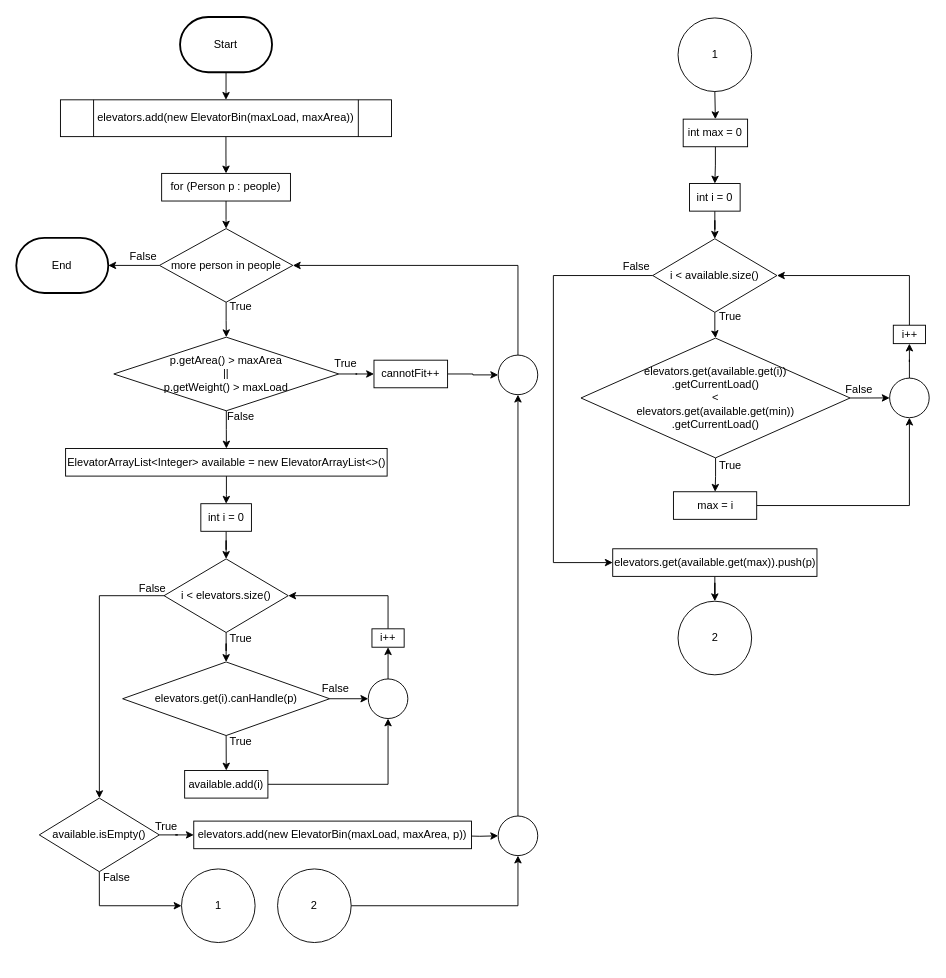
This is page "worstFit()" (4 of 5) of flowcharts/flowcharts.drawio from Violetlily6060/Algorithm, a draw.io file, before an edit. Source tidied: cells renumbered, new cells numbered last; positions are measured from the earlier drawing's top-left corner, leaving out a move shared by most shapes. Both pictures are drawn from the tidied source at 92%, with x=0, y=0 at pixel (16, 17).
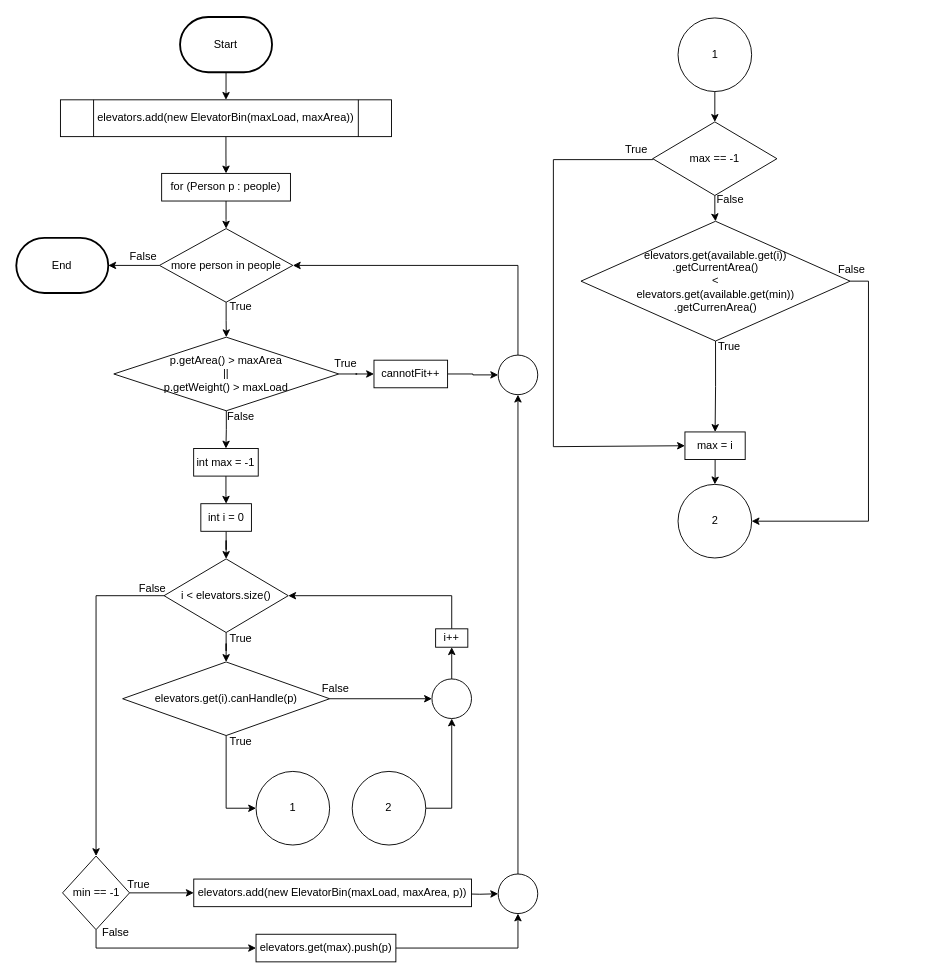
The same diagram, later.

The change refers to these unchanged cells:
```xml
<mxCell id="10" value="more person in people" style="rhombus;whiteSpace=wrap;html=1;" parent="1" vertex="1">
  <mxGeometry x="155.8" y="230" width="145" height="80" as="geometry" />
</mxCell>
<mxCell id="12" value="int i = 0" style="rounded=0;whiteSpace=wrap;html=1;" parent="1" vertex="1">
  <mxGeometry x="200.8" y="529" width="55" height="30" as="geometry" />
</mxCell>
<mxCell id="15" value="i &amp;lt; elevators.size()" style="rhombus;whiteSpace=wrap;html=1;" parent="1" vertex="1">
  <mxGeometry x="160.8" y="589" width="135" height="80" as="geometry" />
</mxCell>
<mxCell id="18" value="elevators.get(i).canHandle(p)" style="rhombus;whiteSpace=wrap;html=1;" parent="1" vertex="1">
  <mxGeometry x="115.8" y="701" width="225" height="80" as="geometry" />
</mxCell>
<mxCell id="74" value="p.getArea() &amp;gt; maxArea&lt;br&gt;||&lt;div&gt;p.getWeight() &amp;gt; maxLoad&lt;/div&gt;" style="rhombus;whiteSpace=wrap;html=1;" parent="1" vertex="1">
  <mxGeometry x="106.2" y="348" width="244.5" height="80" as="geometry" />
</mxCell>
<mxCell id="79" style="ellipse;whiteSpace=wrap;html=1;" parent="1" vertex="1">
  <mxGeometry x="524" y="367.5" width="43" height="43" as="geometry" />
</mxCell>
```

The edit, as a diff of the source:
```diff
@@
-    <mxCell id="14" style="edgeStyle=orthogonalEdgeStyle;rounded=0;jettySize=auto;html=1;exitX=0;exitY=0.5;exitDx=0;exitDy=0;" parent="1" edge="1" source="15" target="36">
-      <mxGeometry relative="1" as="geometry" />
-    </mxCell>
+    <mxCell id="80" style="edgeStyle=orthogonalEdgeStyle;rounded=0;jettySize=auto;html=1;exitX=0;exitY=0.5;exitDx=0;exitDy=0;" parent="1" edge="1" source="15" target="91">
+      <mxGeometry relative="1" as="geometry" />
+    </mxCell>
@@
-    <mxCell id="16" style="edgeStyle=orthogonalEdgeStyle;rounded=0;jettySize=auto;html=1;exitX=0.5;exitY=1;exitDx=0;exitDy=0;entryX=0.5;entryY=0;entryDx=0;entryDy=0;" parent="1" edge="1" source="18" target="20">
-      <mxGeometry relative="1" as="geometry" />
-    </mxCell>
-    <mxCell id="17" style="edgeStyle=orthogonalEdgeStyle;rounded=0;jettySize=auto;html=1;exitX=1;exitY=0.5;exitDx=0;exitDy=0;" parent="1" edge="1" source="18" target="33">
-      <mxGeometry relative="1" as="geometry" />
-    </mxCell>
+    <mxCell id="81" style="edgeStyle=orthogonalEdgeStyle;rounded=0;jettySize=auto;html=1;exitX=1;exitY=0.5;exitDx=0;exitDy=0;" parent="1" edge="1" source="18" target="88">
+      <mxGeometry relative="1" as="geometry" />
+    </mxCell>
+    <mxCell id="82" style="edgeStyle=orthogonalEdgeStyle;rounded=0;jettySize=auto;html=1;exitX=0.5;exitY=1;exitDx=0;exitDy=0;entryX=0;entryY=0.5;entryDx=0;entryDy=0;" parent="1" edge="1" source="18" target="60">
+      <mxGeometry relative="1" as="geometry" />
+    </mxCell>
@@
-    <mxCell id="19" style="edgeStyle=orthogonalEdgeStyle;rounded=0;jettySize=auto;html=1;exitX=1;exitY=0.5;exitDx=0;exitDy=0;entryX=0.5;entryY=1;entryDx=0;entryDy=0;" parent="1" edge="1" source="20" target="33">
-      <mxGeometry relative="1" as="geometry" />
-    </mxCell>
-    <mxCell id="20" value="available.add(i)" style="rounded=0;whiteSpace=wrap;html=1;" parent="1" vertex="1">
-      <mxGeometry x="183.2" y="819" width="90.5" height="30" as="geometry" />
-    </mxCell>
-    <mxCell id="21" style="edgeStyle=orthogonalEdgeStyle;rounded=0;jettySize=auto;html=1;" parent="1" edge="1" source="22" target="12">
-      <mxGeometry relative="1" as="geometry" />
-    </mxCell>
-    <mxCell id="22" value="ElevatorArrayList&amp;lt;Integer&amp;gt; available = new ElevatorArrayList&amp;lt;&amp;gt;()" style="rounded=0;whiteSpace=wrap;html=1;" parent="1" vertex="1">
-      <mxGeometry x="53.8" y="469" width="349.5" height="30" as="geometry" />
-    </mxCell>
-    <mxCell id="23" style="edgeStyle=orthogonalEdgeStyle;rounded=0;jettySize=auto;html=1;exitX=0.5;exitY=0;exitDx=0;exitDy=0;entryX=1;entryY=0.5;entryDx=0;entryDy=0;" parent="1" edge="1" source="24" target="15">
-      <mxGeometry relative="1" as="geometry" />
-    </mxCell>
-    <mxCell id="24" value="i++" style="rounded=0;whiteSpace=wrap;html=1;" parent="1" vertex="1">
-      <mxGeometry x="386.8" y="665" width="35" height="20" as="geometry" />
-    </mxCell>
+    <mxCell id="83" style="edgeStyle=orthogonalEdgeStyle;rounded=0;jettySize=auto;html=1;" parent="1" edge="1" source="84" target="12">
+      <mxGeometry relative="1" as="geometry" />
+    </mxCell>
+    <mxCell id="84" value="int max = -1" style="rounded=0;whiteSpace=wrap;html=1;" parent="1" vertex="1">
+      <mxGeometry x="193" y="469" width="70.2" height="30" as="geometry" />
+    </mxCell>
+    <mxCell id="85" style="edgeStyle=orthogonalEdgeStyle;rounded=0;jettySize=auto;html=1;exitX=0.5;exitY=0;exitDx=0;exitDy=0;entryX=1;entryY=0.5;entryDx=0;entryDy=0;" parent="1" edge="1" source="86" target="15">
+      <mxGeometry relative="1" as="geometry" />
+    </mxCell>
+    <mxCell id="86" value="i++" style="rounded=0;whiteSpace=wrap;html=1;" parent="1" vertex="1">
+      <mxGeometry x="456" y="665" width="35" height="20" as="geometry" />
+    </mxCell>
@@
-    <mxCell id="32" style="edgeStyle=orthogonalEdgeStyle;rounded=0;jettySize=auto;html=1;exitX=0.5;exitY=0;exitDx=0;exitDy=0;entryX=0.5;entryY=1;entryDx=0;entryDy=0;" parent="1" edge="1" source="33" target="24">
-      <mxGeometry relative="1" as="geometry" />
-    </mxCell>
-    <mxCell id="33" style="ellipse;whiteSpace=wrap;html=1;" parent="1" vertex="1">
-      <mxGeometry x="382.8" y="719.5" width="43" height="43" as="geometry" />
-    </mxCell>
-    <mxCell id="34" style="edgeStyle=orthogonalEdgeStyle;rounded=0;jettySize=auto;html=1;" parent="1" edge="1" source="36" target="38">
-      <mxGeometry relative="1" as="geometry" />
-    </mxCell>
-    <mxCell id="35" style="edgeStyle=orthogonalEdgeStyle;rounded=0;jettySize=auto;html=1;exitX=0.5;exitY=1;exitDx=0;exitDy=0;entryX=0;entryY=0.5;entryDx=0;entryDy=0;" parent="1" edge="1" source="36" target="60">
-      <mxGeometry relative="1" as="geometry" />
-    </mxCell>
-    <mxCell id="36" value="available.isEmpty()" style="rhombus;whiteSpace=wrap;html=1;" parent="1" vertex="1">
-      <mxGeometry x="25.2" y="849" width="130.5" height="80" as="geometry" />
-    </mxCell>
-    <mxCell id="37" style="edgeStyle=orthogonalEdgeStyle;rounded=0;jettySize=auto;html=1;" parent="1" edge="1" target="59">
-      <mxGeometry relative="1" as="geometry">
-        <mxPoint x="483" y="890" as="sourcePoint" />
-      </mxGeometry>
-    </mxCell>
+    <mxCell id="87" style="edgeStyle=orthogonalEdgeStyle;rounded=0;jettySize=auto;html=1;exitX=0.5;exitY=0;exitDx=0;exitDy=0;entryX=0.5;entryY=1;entryDx=0;entryDy=0;" parent="1" edge="1" source="88" target="86">
+      <mxGeometry relative="1" as="geometry" />
+    </mxCell>
+    <mxCell id="88" style="ellipse;whiteSpace=wrap;html=1;" parent="1" vertex="1">
+      <mxGeometry x="452" y="719.5" width="43" height="43" as="geometry" />
+    </mxCell>
+    <mxCell id="89" style="edgeStyle=orthogonalEdgeStyle;rounded=0;jettySize=auto;html=1;" parent="1" edge="1" source="91" target="38">
+      <mxGeometry relative="1" as="geometry" />
+    </mxCell>
+    <mxCell id="90" style="edgeStyle=orthogonalEdgeStyle;rounded=0;jettySize=auto;html=1;exitX=0.5;exitY=1;exitDx=0;exitDy=0;entryX=0;entryY=0.5;entryDx=0;entryDy=0;" parent="1" edge="1" source="91" target="114">
+      <mxGeometry relative="1" as="geometry" />
+    </mxCell>
+    <mxCell id="91" value="min == -1" style="rhombus;whiteSpace=wrap;html=1;" parent="1" vertex="1">
+      <mxGeometry x="50.5" y="912" width="72.8" height="80" as="geometry" />
+    </mxCell>
+    <mxCell id="92" style="edgeStyle=orthogonalEdgeStyle;rounded=0;jettySize=auto;html=1;" parent="1" edge="1" target="102">
+      <mxGeometry relative="1" as="geometry">
+        <mxPoint x="483" y="953" as="sourcePoint" />
+      </mxGeometry>
+    </mxCell>
     <mxCell id="38" value="elevators.add(new ElevatorBin(maxLoad, maxArea, p))" style="rounded=0;whiteSpace=wrap;html=1;" parent="1" vertex="1">
-      <mxGeometry x="193.1" y="874" width="301.9" height="30" as="geometry" />
+      <mxGeometry x="193.1" y="937" width="301.9" height="30" as="geometry" />
     </mxCell>
-    <mxCell id="39" value="True" style="text;html=1;align=center;verticalAlign=middle;strokeColor=none;fillColor=none;" parent="1" vertex="1">
-      <mxGeometry x="138.2" y="865" width="50" height="30" as="geometry" />
-    </mxCell>
-    <mxCell id="40" style="edgeStyle=orthogonalEdgeStyle;rounded=0;jettySize=auto;html=1;exitX=0.5;exitY=1;exitDx=0;exitDy=0;entryX=0.5;entryY=0;entryDx=0;entryDy=0;" parent="1" edge="1" source="41" target="44">
-      <mxGeometry relative="1" as="geometry" />
-    </mxCell>
-    <mxCell id="41" value="int max = 0" style="rounded=0;whiteSpace=wrap;html=1;" parent="1" vertex="1">
-      <mxGeometry x="725.1" y="111" width="70" height="30" as="geometry" />
-    </mxCell>
-    <mxCell id="42" value="False" style="text;html=1;align=center;verticalAlign=middle;strokeColor=none;fillColor=none;" parent="1" vertex="1">
-      <mxGeometry x="84.2" y="921" width="50" height="30" as="geometry" />
-    </mxCell>
-    <mxCell id="43" style="edgeStyle=orthogonalEdgeStyle;rounded=0;jettySize=auto;html=1;" parent="1" edge="1" source="44" target="47">
-      <mxGeometry relative="1" as="geometry" />
-    </mxCell>
-    <mxCell id="44" value="int i = 0" style="rounded=0;whiteSpace=wrap;html=1;" parent="1" vertex="1">
-      <mxGeometry x="732" y="181" width="55" height="30" as="geometry" />
-    </mxCell>
-    <mxCell id="45" style="edgeStyle=orthogonalEdgeStyle;rounded=0;jettySize=auto;html=1;" parent="1" edge="1" source="47" target="50">
-      <mxGeometry relative="1" as="geometry" />
-    </mxCell>
-    <mxCell id="46" style="edgeStyle=orthogonalEdgeStyle;rounded=0;jettySize=auto;html=1;exitX=0;exitY=0.5;exitDx=0;exitDy=0;entryX=0;entryY=0.5;entryDx=0;entryDy=0;" parent="1" edge="1" source="47" target="66">
-      <mxGeometry relative="1" as="geometry">
-        <Array as="points">
-          <mxPoint x="584" y="281" />
-          <mxPoint x="584" y="593" />
-        </Array>
-      </mxGeometry>
-    </mxCell>
-    <mxCell id="47" value="i &amp;lt; available.size()" style="rhombus;whiteSpace=wrap;html=1;" parent="1" vertex="1">
-      <mxGeometry x="692" y="241" width="135" height="80" as="geometry" />
-    </mxCell>
-    <mxCell id="48" style="edgeStyle=orthogonalEdgeStyle;rounded=0;jettySize=auto;html=1;" parent="1" edge="1" source="50" target="52">
-      <mxGeometry relative="1" as="geometry" />
-    </mxCell>
-    <mxCell id="49" style="edgeStyle=orthogonalEdgeStyle;rounded=0;jettySize=auto;html=1;" parent="1" edge="1" source="50" target="56">
-      <mxGeometry relative="1" as="geometry" />
-    </mxCell>
-    <mxCell id="50" value="elevators.get(available.get(i))&lt;div&gt;.getCurrentLoad()&lt;br&gt;&amp;lt;&lt;br&gt;&lt;div&gt;elevators.get(available.get(min))&lt;/div&gt;&lt;div&gt;.getCurrentLoad()&lt;/div&gt;&lt;/div&gt;" style="rhombus;whiteSpace=wrap;html=1;" parent="1" vertex="1">
-      <mxGeometry x="614" y="349" width="292.5" height="130.2" as="geometry" />
-    </mxCell>
-    <mxCell id="51" style="edgeStyle=orthogonalEdgeStyle;rounded=0;jettySize=auto;html=1;exitX=1;exitY=0.5;exitDx=0;exitDy=0;entryX=0.5;entryY=1;entryDx=0;entryDy=0;" parent="1" edge="1" source="52" target="56">
-      <mxGeometry relative="1" as="geometry" />
-    </mxCell>
+    <mxCell id="93" value="True" style="text;html=1;align=center;verticalAlign=middle;strokeColor=none;fillColor=none;" parent="1" vertex="1">
+      <mxGeometry x="108.2" y="928" width="50" height="30" as="geometry" />
+    </mxCell>
+    <mxCell id="94" value="False" style="text;html=1;align=center;verticalAlign=middle;strokeColor=none;fillColor=none;" parent="1" vertex="1">
+      <mxGeometry x="83" y="980" width="50" height="30" as="geometry" />
+    </mxCell>
+    <mxCell id="95" style="edgeStyle=orthogonalEdgeStyle;rounded=0;jettySize=auto;html=1;" parent="1" edge="1" source="97" target="100">
+      <mxGeometry relative="1" as="geometry" />
+    </mxCell>
+    <mxCell id="96" style="edgeStyle=orthogonalEdgeStyle;rounded=0;jettySize=auto;html=1;exitX=0;exitY=0.5;exitDx=0;exitDy=0;entryX=0;entryY=0.5;entryDx=0;entryDy=0;" parent="1" edge="1" source="97" target="52">
+      <mxGeometry relative="1" as="geometry">
+        <Array as="points">
+          <mxPoint x="584" y="155" />
+          <mxPoint x="584" y="467" />
+        </Array>
+      </mxGeometry>
+    </mxCell>
+    <mxCell id="97" value="max == -1" style="rhombus;whiteSpace=wrap;html=1;" parent="1" vertex="1">
+      <mxGeometry x="692" y="114" width="135" height="80" as="geometry" />
+    </mxCell>
+    <mxCell id="98" style="edgeStyle=orthogonalEdgeStyle;rounded=0;jettySize=auto;html=1;exitX=0.5;exitY=1;exitDx=0;exitDy=0;" parent="1" edge="1" source="100" target="52">
+      <mxGeometry relative="1" as="geometry" />
+    </mxCell>
+    <mxCell id="99" style="edgeStyle=orthogonalEdgeStyle;rounded=0;jettySize=auto;html=1;exitX=1;exitY=0.5;exitDx=0;exitDy=0;entryX=1;entryY=0.5;entryDx=0;entryDy=0;" parent="1" edge="1" source="100" target="109">
+      <mxGeometry relative="1" as="geometry" />
+    </mxCell>
+    <mxCell id="100" value="elevators.get(available.get(i))&lt;div&gt;.getCurrentArea()&lt;br&gt;&amp;lt;&lt;br&gt;&lt;div&gt;elevators.get(available.get(min))&lt;/div&gt;&lt;div&gt;.getCurrenArea()&lt;/div&gt;&lt;/div&gt;" style="rhombus;whiteSpace=wrap;html=1;" parent="1" vertex="1">
+      <mxGeometry x="614" y="222" width="292.5" height="130.2" as="geometry" />
+    </mxCell>
+    <mxCell id="57" style="edgeStyle=orthogonalEdgeStyle;rounded=0;jettySize=auto;html=1;exitX=0.5;exitY=0;exitDx=0;exitDy=0;entryX=1;entryY=0.5;entryDx=0;entryDy=0;" parent="1" edge="1" source="79" target="10">
+      <mxGeometry relative="1" as="geometry" />
+    </mxCell>
+    <mxCell id="101" style="edgeStyle=orthogonalEdgeStyle;rounded=0;jettySize=auto;html=1;exitX=0.5;exitY=0;exitDx=0;exitDy=0;entryX=0.5;entryY=1;entryDx=0;entryDy=0;" parent="1" edge="1" source="102" target="79">
+      <mxGeometry relative="1" as="geometry" />
+    </mxCell>
+    <mxCell id="102" style="ellipse;whiteSpace=wrap;html=1;" parent="1" vertex="1">
+      <mxGeometry x="524" y="931.5" width="43" height="43" as="geometry" />
+    </mxCell>
+    <mxCell id="60" value="1" style="ellipse;whiteSpace=wrap;html=1;" parent="1" vertex="1">
+      <mxGeometry x="260.8" y="820" width="80" height="80" as="geometry" />
+    </mxCell>
+    <mxCell id="103" style="edgeStyle=orthogonalEdgeStyle;rounded=0;jettySize=auto;html=1;exitX=1;exitY=0.5;exitDx=0;exitDy=0;entryX=0.5;entryY=1;entryDx=0;entryDy=0;" parent="1" edge="1" source="104" target="88">
+      <mxGeometry relative="1" as="geometry" />
+    </mxCell>
+    <mxCell id="104" value="2" style="ellipse;whiteSpace=wrap;html=1;" parent="1" vertex="1">
+      <mxGeometry x="365.3" y="820" width="80" height="80" as="geometry" />
+    </mxCell>
+    <mxCell id="105" style="edgeStyle=orthogonalEdgeStyle;rounded=0;jettySize=auto;html=1;exitX=0.5;exitY=1;exitDx=0;exitDy=0;entryX=0.5;entryY=0;entryDx=0;entryDy=0;" parent="1" edge="1" source="64" target="97">
+      <mxGeometry relative="1" as="geometry" />
+    </mxCell>
+    <mxCell id="64" value="1" style="ellipse;whiteSpace=wrap;html=1;" parent="1" vertex="1">
+      <mxGeometry x="719.5" y="1" width="80" height="80" as="geometry" />
+    </mxCell>
+    <mxCell id="106" style="edgeStyle=orthogonalEdgeStyle;rounded=0;jettySize=auto;html=1;" parent="1" edge="1" source="52" target="109">
+      <mxGeometry relative="1" as="geometry" />
+    </mxCell>
     <mxCell id="52" value="max = i" style="rounded=0;whiteSpace=wrap;html=1;" parent="1" vertex="1">
-      <mxGeometry x="714.5" y="516" width="90.5" height="30" as="geometry" />
+      <mxGeometry x="727" y="451" width="65.5" height="30" as="geometry" />
     </mxCell>
-    <mxCell id="53" style="edgeStyle=orthogonalEdgeStyle;rounded=0;jettySize=auto;html=1;exitX=0.5;exitY=0;exitDx=0;exitDy=0;entryX=1;entryY=0.5;entryDx=0;entryDy=0;" parent="1" edge="1" source="54" target="47">
-      <mxGeometry relative="1" as="geometry" />
-    </mxCell>
-    <mxCell id="54" value="i++" style="rounded=0;whiteSpace=wrap;html=1;" parent="1" vertex="1">
-      <mxGeometry x="953.5" y="335" width="35" height="20" as="geometry" />
-    </mxCell>
-    <mxCell id="55" style="edgeStyle=orthogonalEdgeStyle;rounded=0;jettySize=auto;html=1;" parent="1" edge="1" source="56" target="54">
-      <mxGeometry relative="1" as="geometry" />
-    </mxCell>
-    <mxCell id="56" style="ellipse;whiteSpace=wrap;html=1;" parent="1" vertex="1">
-      <mxGeometry x="949.5" y="392.5" width="43" height="43" as="geometry" />
-    </mxCell>
-    <mxCell id="57" style="edgeStyle=orthogonalEdgeStyle;rounded=0;jettySize=auto;html=1;exitX=0.5;exitY=0;exitDx=0;exitDy=0;entryX=1;entryY=0.5;entryDx=0;entryDy=0;" parent="1" edge="1" source="79" target="10">
-      <mxGeometry relative="1" as="geometry" />
-    </mxCell>
-    <mxCell id="58" style="edgeStyle=orthogonalEdgeStyle;rounded=0;jettySize=auto;html=1;exitX=0.5;exitY=0;exitDx=0;exitDy=0;entryX=0.5;entryY=1;entryDx=0;entryDy=0;" parent="1" edge="1" source="59" target="79">
-      <mxGeometry relative="1" as="geometry" />
-    </mxCell>
-    <mxCell id="59" style="ellipse;whiteSpace=wrap;html=1;" parent="1" vertex="1">
-      <mxGeometry x="524" y="868.5" width="43" height="43" as="geometry" />
-    </mxCell>
-    <mxCell id="60" value="1" style="ellipse;whiteSpace=wrap;html=1;" parent="1" vertex="1">
-      <mxGeometry x="179.8" y="926" width="80" height="80" as="geometry" />
-    </mxCell>
-    <mxCell id="61" style="edgeStyle=orthogonalEdgeStyle;rounded=0;jettySize=auto;html=1;exitX=1;exitY=0.5;exitDx=0;exitDy=0;entryX=0.5;entryY=1;entryDx=0;entryDy=0;" parent="1" edge="1" source="62" target="59">
-      <mxGeometry relative="1" as="geometry" />
-    </mxCell>
-    <mxCell id="62" value="2" style="ellipse;whiteSpace=wrap;html=1;" parent="1" vertex="1">
-      <mxGeometry x="284.2" y="926" width="80" height="80" as="geometry" />
-    </mxCell>
-    <mxCell id="63" style="edgeStyle=orthogonalEdgeStyle;rounded=0;jettySize=auto;html=1;exitX=0.5;exitY=1;exitDx=0;exitDy=0;entryX=0.5;entryY=0;entryDx=0;entryDy=0;" parent="1" edge="1" source="64" target="41">
-      <mxGeometry relative="1" as="geometry" />
-    </mxCell>
-    <mxCell id="64" value="1" style="ellipse;whiteSpace=wrap;html=1;" parent="1" vertex="1">
-      <mxGeometry x="719.5" y="1" width="80" height="80" as="geometry" />
-    </mxCell>
-    <mxCell id="65" style="edgeStyle=orthogonalEdgeStyle;rounded=0;jettySize=auto;html=1;" parent="1" edge="1" source="66" target="69">
-      <mxGeometry relative="1" as="geometry" />
-    </mxCell>
-    <mxCell id="66" value="elevators.get(available.get(max)).push(p)" style="rounded=0;whiteSpace=wrap;html=1;" parent="1" vertex="1">
-      <mxGeometry x="648.5" y="578" width="222" height="30" as="geometry" />
-    </mxCell>
-    <mxCell id="67" value="True" style="text;html=1;align=center;verticalAlign=middle;strokeColor=none;fillColor=none;" parent="1" vertex="1">
-      <mxGeometry x="751" y="473" width="50" height="30" as="geometry" />
-    </mxCell>
-    <mxCell id="68" value="False" style="text;html=1;align=center;verticalAlign=middle;strokeColor=none;fillColor=none;" parent="1" vertex="1">
-      <mxGeometry x="891" y="390" width="50" height="30" as="geometry" />
-    </mxCell>
-    <mxCell id="69" value="2" style="ellipse;whiteSpace=wrap;html=1;" parent="1" vertex="1">
-      <mxGeometry x="719.5" y="635" width="80" height="80" as="geometry" />
-    </mxCell>
-    <mxCell id="70" value="True" style="text;html=1;align=center;verticalAlign=middle;strokeColor=none;fillColor=none;" parent="1" vertex="1">
-      <mxGeometry x="751" y="311" width="50" height="30" as="geometry" />
-    </mxCell>
-    <mxCell id="71" value="False" style="text;html=1;align=center;verticalAlign=middle;strokeColor=none;fillColor=none;" parent="1" vertex="1">
-      <mxGeometry x="648.5" y="256" width="50" height="30" as="geometry" />
-    </mxCell>
+    <mxCell id="107" value="True" style="text;html=1;align=center;verticalAlign=middle;strokeColor=none;fillColor=none;" parent="1" vertex="1">
+      <mxGeometry x="749.5" y="343" width="50" height="30" as="geometry" />
+    </mxCell>
+    <mxCell id="108" value="False" style="text;html=1;align=center;verticalAlign=middle;strokeColor=none;fillColor=none;" parent="1" vertex="1">
+      <mxGeometry x="883" y="260" width="50" height="30" as="geometry" />
+    </mxCell>
+    <mxCell id="109" value="2" style="ellipse;whiteSpace=wrap;html=1;" parent="1" vertex="1">
+      <mxGeometry x="719.5" y="508" width="80" height="80" as="geometry" />
+    </mxCell>
+    <mxCell id="110" value="False" style="text;html=1;align=center;verticalAlign=middle;strokeColor=none;fillColor=none;" parent="1" vertex="1">
+      <mxGeometry x="751" y="184" width="50" height="30" as="geometry" />
+    </mxCell>
+    <mxCell id="111" value="True" style="text;html=1;align=center;verticalAlign=middle;strokeColor=none;fillColor=none;" parent="1" vertex="1">
+      <mxGeometry x="648.5" y="129" width="50" height="30" as="geometry" />
+    </mxCell>
@@
-    <mxCell id="73" style="edgeStyle=orthogonalEdgeStyle;rounded=0;jettySize=auto;html=1;" parent="1" edge="1" source="74" target="22">
-      <mxGeometry relative="1" as="geometry" />
-    </mxCell>
+    <mxCell id="112" style="edgeStyle=orthogonalEdgeStyle;rounded=0;jettySize=auto;html=1;" parent="1" edge="1" source="74" target="84">
+      <mxGeometry relative="1" as="geometry" />
+    </mxCell>
@@
+    <mxCell id="113" style="edgeStyle=orthogonalEdgeStyle;rounded=0;jettySize=auto;html=1;exitX=1;exitY=0.5;exitDx=0;exitDy=0;entryX=0.5;entryY=1;entryDx=0;entryDy=0;" parent="1" edge="1" source="114" target="102">
+      <mxGeometry relative="1" as="geometry" />
+    </mxCell>
+    <mxCell id="114" value="elevators.get(max).push(p)" style="rounded=0;whiteSpace=wrap;html=1;" parent="1" vertex="1">
+      <mxGeometry x="260.8" y="997" width="152" height="30" as="geometry" />
+    </mxCell>
```
